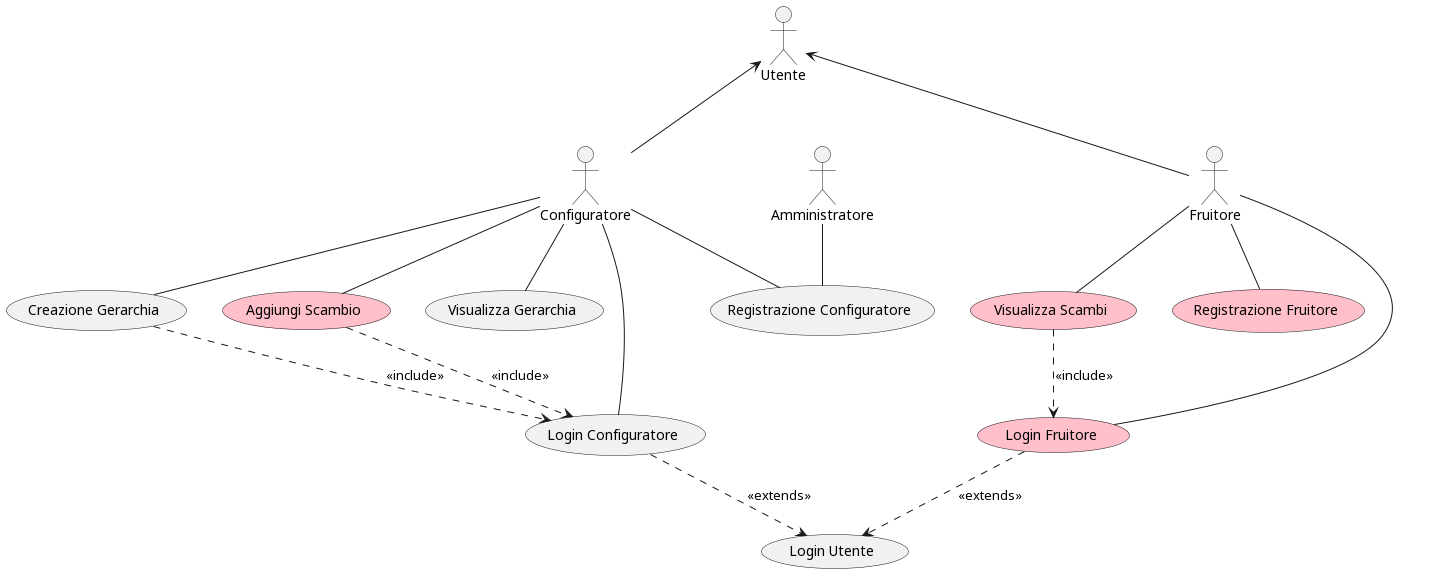
Earlier version of the PlantUML export out/Documentation/Ver2/usecase/use_case.png (bernagit/IngegneriaSoftware).
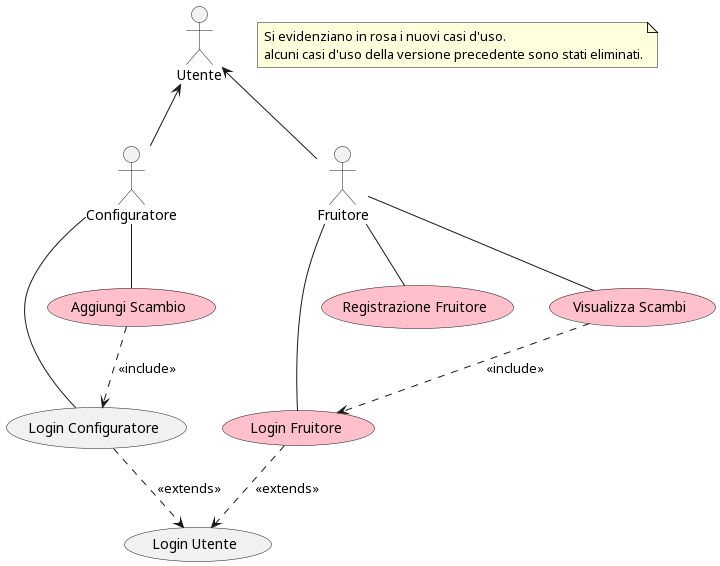
After the change.

Change to the diagram source:
```diff
@@ -1,18 +1,17 @@
 @startuml use_case
+
+note as n1
+    Si evidenziano in rosa i nuovi casi d'uso.
+    alcuni casi d'uso della versione precedente sono stati eliminati.
+endnote
 
 :Configuratore: as conf
 :Utente: as user
-:Amministratore: as admin
 conf -up-> user
 
 conf -- (Login Configuratore)
-conf -- (Visualizza Gerarchia)
-conf -- (Creazione Gerarchia)
-conf -- (Registrazione Configuratore)
 
-admin -- (Registrazione Configuratore)
 
-(Creazione Gerarchia) ..> (Login Configuratore): <<include>>
 (Login Configuratore) ..> (Login Utente): <<extends>>
 
 
```
